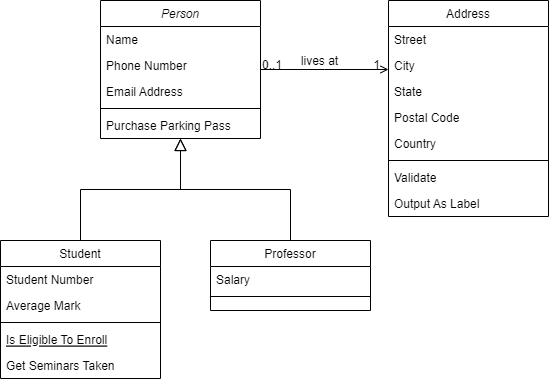
The draw.io diagram Module3/ProgrammingAssignment/ChapterElevenAssignment/GeometricObjectUML.png in njlowhorn/Java_Class, before a commit. Source tidied: cells renumbered, new cells last; positions are measured from the earlier drawing's top-left corner, leaving out a move shared by most shapes.
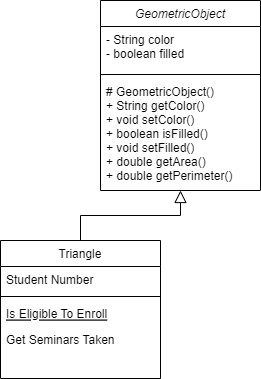
The same file after the commit.

Diff of the diagram source:
```diff
@@ -2,103 +2,35 @@
   <root>
     <mxCell id="0" />
     <mxCell id="1" parent="0" />
-    <mxCell id="2" value="Person" style="swimlane;fontStyle=2;align=center;verticalAlign=top;horizontal=1;startSize=26;rounded=0;shadow=0;strokeWidth=1;" parent="1" vertex="1">
-      <mxGeometry x="100" width="160" height="138" as="geometry" />
+    <mxCell id="2" value="GeometricObject" style="swimlane;fontStyle=2;align=center;verticalAlign=top;horizontal=1;startSize=26;rounded=0;shadow=0;strokeWidth=1;" parent="1" vertex="1">
+      <mxGeometry x="100" width="160" height="190" as="geometry" />
     </mxCell>
-    <mxCell id="3" value="Name" style="text;align=left;verticalAlign=top;spacingLeft=4;spacingRight=4;overflow=hidden;" parent="2" vertex="1">
-      <mxGeometry y="26" width="160" height="26" as="geometry" />
+    <mxCell id="3" value="- String color&#10;- boolean filled" style="text;align=left;verticalAlign=top;spacingLeft=4;spacingRight=4;overflow=hidden;" parent="2" vertex="1">
+      <mxGeometry y="26" width="160" height="44" as="geometry" />
     </mxCell>
-    <mxCell id="4" value="Phone Number" style="text;align=left;verticalAlign=top;spacingLeft=4;spacingRight=4;overflow=hidden;rounded=0;shadow=0;html=0;" parent="2" vertex="1">
-      <mxGeometry y="52" width="160" height="26" as="geometry" />
-    </mxCell>
-    <mxCell id="5" value="Email Address" style="text;align=left;verticalAlign=top;spacingLeft=4;spacingRight=4;overflow=hidden;rounded=0;shadow=0;html=0;" parent="2" vertex="1">
-      <mxGeometry y="78" width="160" height="26" as="geometry" />
-    </mxCell>
     <mxCell id="6" style="line;html=1;strokeWidth=1;align=left;verticalAlign=middle;spacingTop=-1;spacingLeft=3;spacingRight=3;labelPosition=right;" parent="2" vertex="1">
-      <mxGeometry y="104" width="160" height="8" as="geometry" />
+      <mxGeometry y="70" width="160" height="8" as="geometry" />
     </mxCell>
-    <mxCell id="7" value="Purchase Parking Pass" style="text;align=left;verticalAlign=top;spacingLeft=4;spacingRight=4;overflow=hidden;" parent="2" vertex="1">
-      <mxGeometry y="112" width="160" height="26" as="geometry" />
+    <mxCell id="7" value="# GeometricObject()&#10;+ String getColor()&#10;+ void setColor()&#10;+ boolean isFilled()&#10;+ void setFilled()&#10;+ double getArea()&#10;+ double getPerimeter()" style="text;align=left;verticalAlign=top;spacingLeft=4;spacingRight=4;overflow=hidden;" parent="2" vertex="1">
+      <mxGeometry y="78" width="160" height="112" as="geometry" />
     </mxCell>
-    <mxCell id="8" value="Student" style="swimlane;fontStyle=0;align=center;verticalAlign=top;horizontal=1;startSize=26;rounded=0;shadow=0;strokeWidth=1;" parent="1" vertex="1">
+    <mxCell id="8" value="Triangle" style="swimlane;fontStyle=0;align=center;verticalAlign=top;horizontal=1;startSize=26;rounded=0;shadow=0;strokeWidth=1;" parent="1" vertex="1">
       <mxGeometry y="240" width="160" height="138" as="geometry" />
     </mxCell>
     <mxCell id="9" value="Student Number" style="text;align=left;verticalAlign=top;spacingLeft=4;spacingRight=4;overflow=hidden;" parent="8" vertex="1">
       <mxGeometry y="26" width="160" height="26" as="geometry" />
     </mxCell>
-    <mxCell id="10" value="Average Mark" style="text;align=left;verticalAlign=top;spacingLeft=4;spacingRight=4;overflow=hidden;rounded=0;shadow=0;html=0;" parent="8" vertex="1">
-      <mxGeometry y="52" width="160" height="26" as="geometry" />
-    </mxCell>
     <mxCell id="11" style="line;html=1;strokeWidth=1;align=left;verticalAlign=middle;spacingTop=-1;spacingLeft=3;spacingRight=3;labelPosition=right;" parent="8" vertex="1">
-      <mxGeometry y="78" width="160" height="8" as="geometry" />
+      <mxGeometry y="52" width="160" height="8" as="geometry" />
     </mxCell>
     <mxCell id="12" value="Is Eligible To Enroll" style="text;align=left;verticalAlign=top;spacingLeft=4;spacingRight=4;overflow=hidden;fontStyle=4;" parent="8" vertex="1">
-      <mxGeometry y="86" width="160" height="26" as="geometry" />
+      <mxGeometry y="60" width="160" height="26" as="geometry" />
     </mxCell>
     <mxCell id="13" value="Get Seminars Taken" style="text;align=left;verticalAlign=top;spacingLeft=4;spacingRight=4;overflow=hidden;" parent="8" vertex="1">
-      <mxGeometry y="112" width="160" height="26" as="geometry" />
+      <mxGeometry y="86" width="160" height="26" as="geometry" />
     </mxCell>
     <mxCell id="14" style="endArrow=block;endSize=10;endFill=0;shadow=0;strokeWidth=1;rounded=0;edgeStyle=elbowEdgeStyle;elbow=vertical;" parent="1" edge="1" source="8" target="2">
       <mxGeometry relative="1" as="geometry" />
     </mxCell>
-    <mxCell id="15" value="Professor" style="swimlane;fontStyle=0;align=center;verticalAlign=top;horizontal=1;startSize=26;rounded=0;shadow=0;strokeWidth=1;" parent="1" vertex="1">
-      <mxGeometry x="210" y="240" width="160" height="70" as="geometry" />
-    </mxCell>
-    <mxCell id="16" value="Salary" style="text;align=left;verticalAlign=top;spacingLeft=4;spacingRight=4;overflow=hidden;" parent="15" vertex="1">
-      <mxGeometry y="26" width="160" height="26" as="geometry" />
-    </mxCell>
-    <mxCell id="17" style="line;html=1;strokeWidth=1;align=left;verticalAlign=middle;spacingTop=-1;spacingLeft=3;spacingRight=3;labelPosition=right;" parent="15" vertex="1">
-      <mxGeometry y="52" width="160" height="8" as="geometry" />
-    </mxCell>
-    <mxCell id="18" style="endArrow=block;endSize=10;endFill=0;shadow=0;strokeWidth=1;rounded=0;edgeStyle=elbowEdgeStyle;elbow=vertical;" parent="1" edge="1" source="15" target="2">
-      <mxGeometry relative="1" as="geometry" />
-    </mxCell>
-    <mxCell id="19" value="Address" style="swimlane;fontStyle=0;align=center;verticalAlign=top;horizontal=1;startSize=26;rounded=0;shadow=0;strokeWidth=1;" parent="1" vertex="1">
-      <mxGeometry x="388" width="160" height="216" as="geometry" />
-    </mxCell>
-    <mxCell id="20" value="Street" style="text;align=left;verticalAlign=top;spacingLeft=4;spacingRight=4;overflow=hidden;" parent="19" vertex="1">
-      <mxGeometry y="26" width="160" height="26" as="geometry" />
-    </mxCell>
-    <mxCell id="21" value="City" style="text;align=left;verticalAlign=top;spacingLeft=4;spacingRight=4;overflow=hidden;rounded=0;shadow=0;html=0;" parent="19" vertex="1">
-      <mxGeometry y="52" width="160" height="26" as="geometry" />
-    </mxCell>
-    <mxCell id="22" value="State" style="text;align=left;verticalAlign=top;spacingLeft=4;spacingRight=4;overflow=hidden;rounded=0;shadow=0;html=0;" parent="19" vertex="1">
-      <mxGeometry y="78" width="160" height="26" as="geometry" />
-    </mxCell>
-    <mxCell id="23" value="Postal Code" style="text;align=left;verticalAlign=top;spacingLeft=4;spacingRight=4;overflow=hidden;rounded=0;shadow=0;html=0;" parent="19" vertex="1">
-      <mxGeometry y="104" width="160" height="26" as="geometry" />
-    </mxCell>
-    <mxCell id="24" value="Country" style="text;align=left;verticalAlign=top;spacingLeft=4;spacingRight=4;overflow=hidden;rounded=0;shadow=0;html=0;" parent="19" vertex="1">
-      <mxGeometry y="130" width="160" height="26" as="geometry" />
-    </mxCell>
-    <mxCell id="25" style="line;html=1;strokeWidth=1;align=left;verticalAlign=middle;spacingTop=-1;spacingLeft=3;spacingRight=3;labelPosition=right;" parent="19" vertex="1">
-      <mxGeometry y="156" width="160" height="8" as="geometry" />
-    </mxCell>
-    <mxCell id="26" value="Validate" style="text;align=left;verticalAlign=top;spacingLeft=4;spacingRight=4;overflow=hidden;" parent="19" vertex="1">
-      <mxGeometry y="164" width="160" height="26" as="geometry" />
-    </mxCell>
-    <mxCell id="27" value="Output As Label" style="text;align=left;verticalAlign=top;spacingLeft=4;spacingRight=4;overflow=hidden;" parent="19" vertex="1">
-      <mxGeometry y="190" width="160" height="26" as="geometry" />
-    </mxCell>
-    <mxCell id="28" style="endArrow=open;shadow=0;strokeWidth=1;rounded=0;endFill=1;edgeStyle=elbowEdgeStyle;elbow=vertical;" parent="1" edge="1" source="2" target="19">
-      <mxGeometry x="0.5" y="41" relative="1" as="geometry">
-        <mxPoint x="-40" y="32" as="offset" />
-      </mxGeometry>
-    </mxCell>
-    <mxCell id="29" value="0..1" style="align=left;verticalAlign=bottom;labelBackgroundColor=none;fontSize=12;" parent="28" vertex="1">
-      <mxGeometry x="-1" relative="1" as="geometry">
-        <mxPoint y="4" as="offset" />
-      </mxGeometry>
-    </mxCell>
-    <mxCell id="30" value="1" style="align=right;verticalAlign=bottom;labelBackgroundColor=none;fontSize=12;" parent="28" vertex="1">
-      <mxGeometry x="1" relative="1" as="geometry">
-        <mxPoint x="-7" y="4" as="offset" />
-      </mxGeometry>
-    </mxCell>
-    <mxCell id="31" value="lives at" style="text;html=1;align=center;verticalAlign=middle;labelBackgroundColor=none;rounded=0;shadow=0;strokeWidth=1;fontSize=12;" parent="28" vertex="1">
-      <mxGeometry x="0.5" y="49" relative="1" as="geometry">
-        <mxPoint x="-38" y="40" as="offset" />
-      </mxGeometry>
-    </mxCell>
   </root>
 </mxGraphModel>
```
